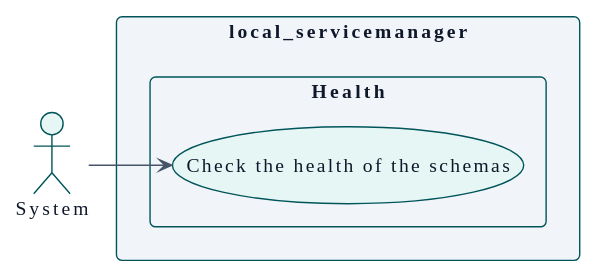
didactika/moodle-local_servicemanager keeps this PlantUML diagram as docs/es/technical/requirements/use-cases-system.svg. Above is the earlier version. Its diagram source:
```plantuml
@startuml
!theme plain
skinparam backgroundColor #FFFFFF
skinparam defaultFontName IBM Plex Sans
skinparam defaultFontSize 14
skinparam defaultFontColor #0F172A
skinparam shadowing false
skinparam packageStyle rectangle
skinparam ArrowFontSize 12
skinparam ClassAttributeIconSize 0
skinparam roundCorner 8
skinparam ArrowColor #475569
skinparam ArrowFontColor #0F172A
skinparam NoteBackgroundColor #FDF3DC
skinparam NoteBorderColor #00555A
skinparam NoteFontColor #0F172A
skinparam class {
  BackgroundColor #E6F6F4
  BorderColor #00555A
  FontColor #0F172A
}
skinparam entity {
  BackgroundColor #E6F6F4
  BorderColor #00555A
  FontColor #0F172A
}
skinparam participant {
  BackgroundColor #E6F6F4
  BorderColor #00555A
  FontColor #0F172A
}
skinparam actor {
  BackgroundColor #E6F6F4
  BorderColor #00555A
  FontColor #0F172A
}
skinparam database {
  BackgroundColor #E6F6F4
  BorderColor #00555A
  FontColor #0F172A
}
skinparam component {
  BackgroundColor #E6F6F4
  BorderColor #00555A
  FontColor #0F172A
}
skinparam node {
  BackgroundColor #E6F6F4
  BorderColor #00555A
  FontColor #0F172A
}
skinparam usecase {
  BackgroundColor #E6F6F4
  BorderColor #00555A
  FontColor #0F172A
}
skinparam interface {
  BackgroundColor #E6F6F4
  BorderColor #00555A
  FontColor #0F172A
}
skinparam state {
  BackgroundColor #E6F6F4
  BorderColor #00555A
  FontColor #0F172A
  StartColor #475569
  EndColor #475569
  ArrowColor #475569
}
skinparam package {
  BackgroundColor #F1F5F9
  BorderColor #00555A
  FontColor #0F172A
}
skinparam sequence {
  LifeLineBorderColor #475569
  LifeLineBackgroundColor #E6F6F4
  ArrowColor #475569
  GroupBorderColor #00555A
  GroupBackgroundColor #F1F5F9
}
skinparam package<<level1>> {
  BackgroundColor #A7DDD5
  BorderColor #00555A
  FontColor #0F172A
}
skinparam package<<level2>> {
  BackgroundColor #C8EEE9
  BorderColor #00555A
  FontColor #0F172A
}
skinparam package<<level3>> {
  BackgroundColor #E6F6F4
  BorderColor #00555A
  FontColor #0F172A
}
skinparam package<<level4>> {
  BackgroundColor #F4FBFA
  BorderColor #00555A
  FontColor #0F172A
}
hide <<level1>> stereotype
hide <<level2>> stereotype
hide <<level3>> stereotype
hide <<level4>> stereotype
skinparam linetype polyline
left to right direction

actor "System" as A_System

rectangle "local_servicemanager" {
  package "Health" {
    usecase "Check the health of the schemas" as UC_checkHealth
  }
}

A_System --> UC_checkHealth
@enduml
```
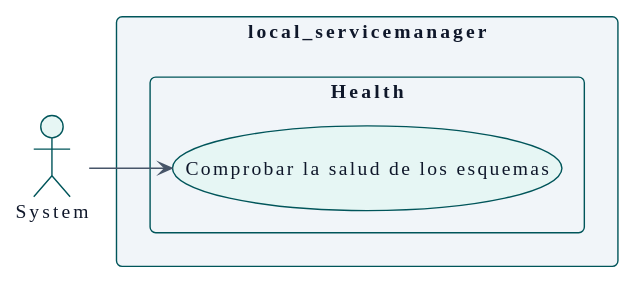
Above is the later version.

What changed in the source:
```diff
@@ -110,7 +110,7 @@
 
 rectangle "local_servicemanager" {
   package "Health" {
-    usecase "Check the health of the schemas" as UC_checkHealth
+    usecase "Comprobar la salud de los esquemas" as UC_checkHealth
   }
 }
 
```
